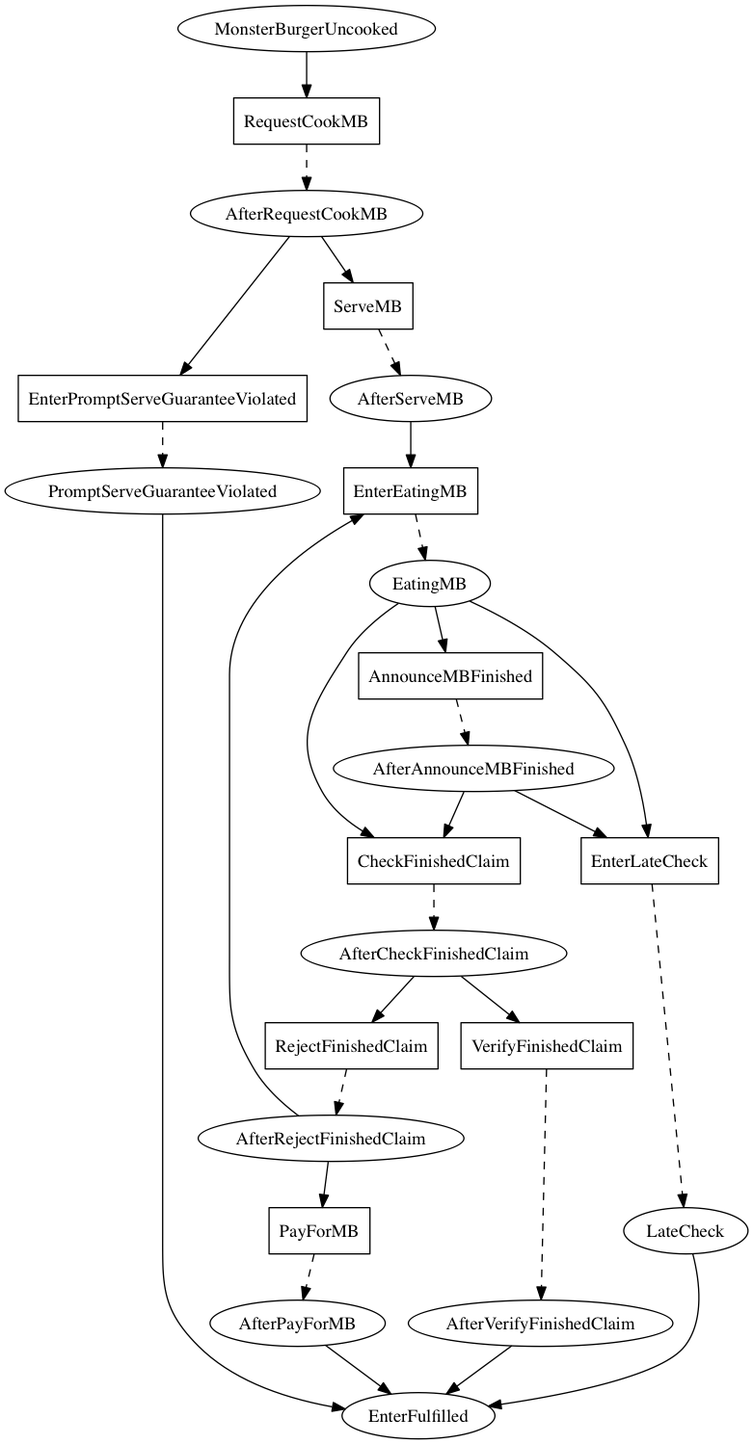
Earlier version of the Graphviz export linear_state_machine_language/pyL4/examples_graphviz_gen/monster_burger.png (Marcao02/complaw-deeptech). Its source is kept beside it as linear_state_machine_language/pyL4/examples_graphviz_gen/monster_burger.dot.
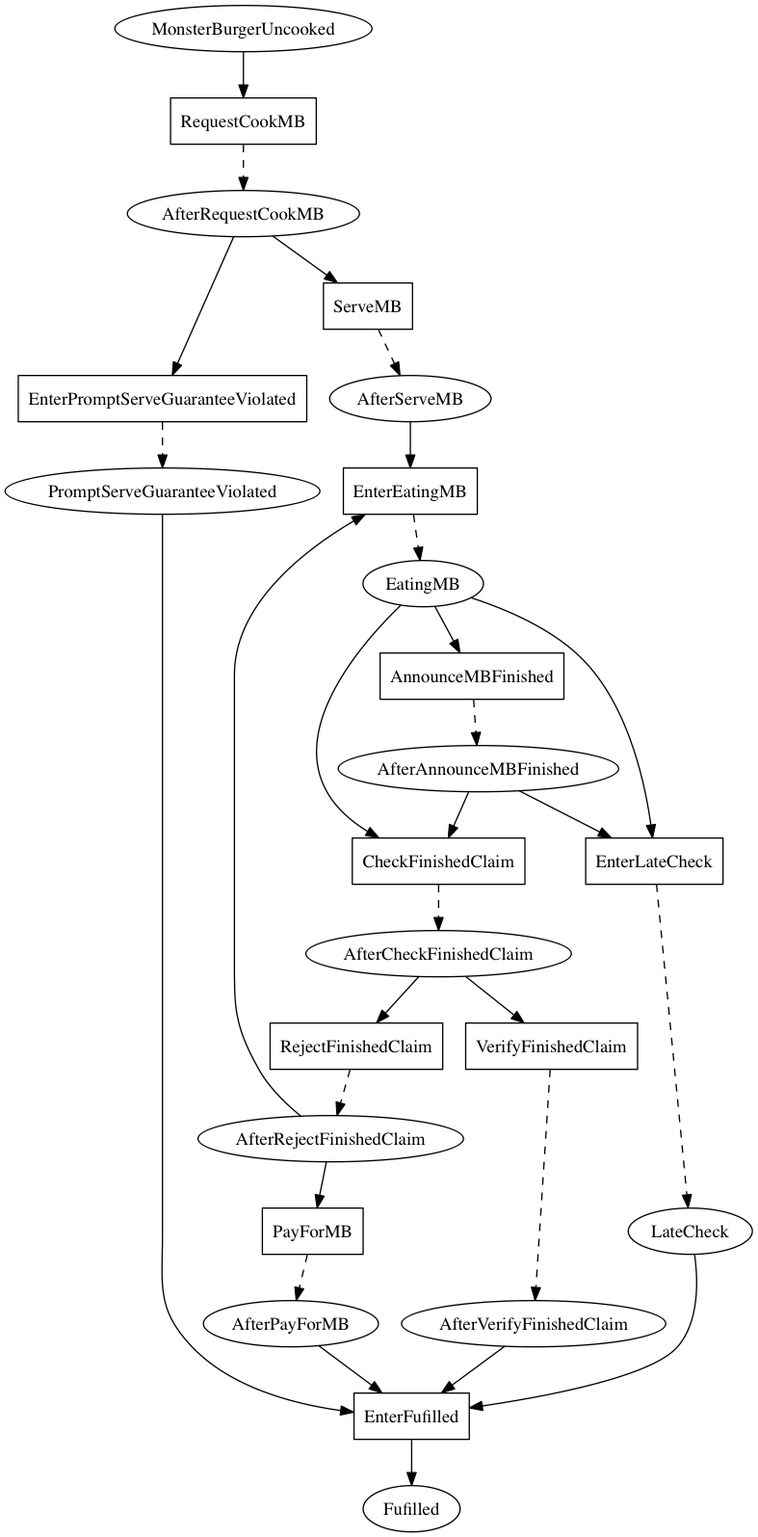
After the change.

Diff of the diagram source:
```diff
@@ -1,5 +1,6 @@
 
 digraph Monster_Burger {
+    Fulfilled[label=Fufilled];
     MonsterBurgerUncooked[label=MonsterBurgerUncooked];
 	AfterRequestCookMB[label=AfterRequestCookMB];
 	AfterServeMB[label=AfterServeMB];
@@ -12,6 +13,7 @@
 	AfterPayForMB[label=AfterPayForMB];
 	AfterVerifyFinishedClaim[label=AfterVerifyFinishedClaim]
 
+    EnterFulfilled[label=EnterFufilled,shape=box];
     RequestCookMB[label=RequestCookMB,shape=box];
 	ServeMB[label=ServeMB,shape=box];
 	EnterPromptServeGuaranteeViolated[label=EnterPromptServeGuaranteeViolated,shape=box];
@@ -22,6 +24,8 @@
 	RejectFinishedClaim[label=RejectFinishedClaim,shape=box];
 	PayForMB[label=PayForMB,shape=box];
 	VerifyFinishedClaim[label=VerifyFinishedClaim,shape=box]
+
+    EnterFulfilled -> Fulfilled;
 
     MonsterBurgerUncooked -> RequestCookMB;
 	AfterRequestCookMB -> ServeMB;
```
